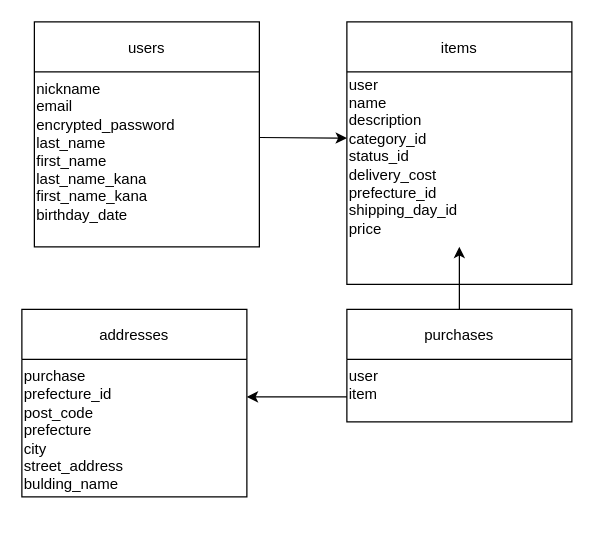
Earlier version of the draw.io diagram app/views/er test.dio (naecchi/furima-42447). Source tidied: cells renumbered, new cells numbered last; positions are measured from the earlier drawing's top-left corner, leaving out a move shared by most shapes. Both pictures are drawn from the tidied source at 125%, with x=0, y=0 at pixel (21, 21).
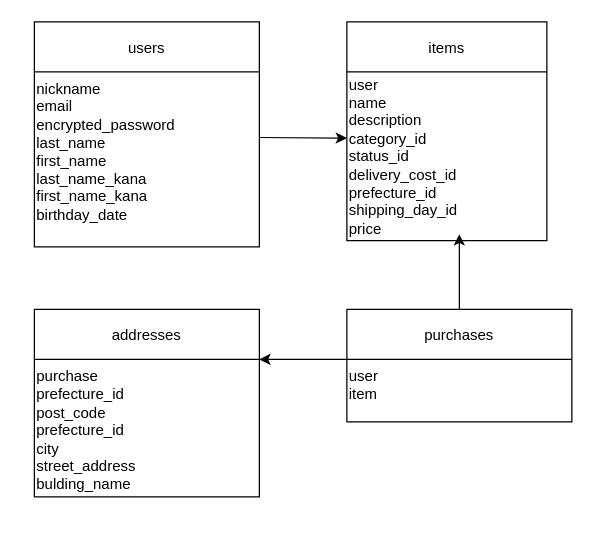
After the change.

What changed in the source:
```diff
@@
 <mxGraphModel>
   <root>
     <mxCell id="0" />
     <mxCell id="1" parent="0" />
     <mxCell id="2" value="users" style="shape=swimlane;" parent="1" vertex="1">
       <mxGeometry x="10" width="180" height="180" as="geometry" />
     </mxCell>
     <mxCell id="3" style="edgeStyle=none;html=1;exitX=1;exitY=0.75;exitDx=0;exitDy=0;" parent="2" edge="1" source="4">
       <mxGeometry relative="1" as="geometry">
         <mxPoint x="250" y="93" as="targetPoint" />
       </mxGeometry>
     </mxCell>
     <mxCell id="4" value="nickname &lt;br&gt;email&lt;br&gt;encrypted_password&lt;br&gt;last_name&lt;br&gt;first_name&lt;br&gt;last_name_kana&lt;br&gt;first_name_kana&lt;br&gt;birthday_date&amp;nbsp;&lt;br&gt;&lt;div&gt;&lt;br&gt;&lt;/div&gt;" style="text;html=1;strokeColor=none;" parent="2" vertex="1">
       <mxGeometry y="40" width="180" height="70" as="geometry" />
     </mxCell>
     <mxCell id="5" value="items" style="shape=swimlane;" parent="1" vertex="1">
-      <mxGeometry x="260" width="180" height="210" as="geometry" />
+      <mxGeometry x="260" width="160" height="175" as="geometry" />
     </mxCell>
-    <mxCell id="6" value="&lt;br&gt;user&lt;br&gt;name&lt;br&gt;description&lt;br&gt;category_id&lt;br&gt;status_id&lt;br&gt;delivery_cost&lt;br&gt;prefecture_id&lt;br&gt;shipping_day_id&lt;br&gt;price&lt;br&gt;&lt;br&gt;&lt;div&gt;&lt;br&gt;&lt;/div&gt;" style="text;html=1;align=left;verticalAlign=middle;points=[];strokeColor=none;fillColor=none;" parent="5" vertex="1">
+    <mxCell id="6" value="&lt;br&gt;user&lt;br&gt;name&lt;br&gt;description&lt;br&gt;category_id&lt;br&gt;status_id&lt;br&gt;delivery_cost_id&lt;br&gt;prefecture_id&lt;br&gt;shipping_day_id&lt;br&gt;price&lt;br&gt;&lt;br&gt;&lt;div&gt;&lt;br&gt;&lt;/div&gt;" style="text;html=1;align=left;verticalAlign=middle;points=[];strokeColor=none;fillColor=none;" parent="5" vertex="1">
       <mxGeometry y="20" width="110" height="190" as="geometry" />
     </mxCell>
     <mxCell id="7" value="addresses" style="shape=swimlane;" parent="1" vertex="1">
-      <mxGeometry y="230" width="180" height="150" as="geometry" />
+      <mxGeometry x="10" y="230" width="180" height="150" as="geometry" />
     </mxCell>
-    <mxCell id="8" value="&lt;span style=&quot;color: rgb(0, 0, 0); text-align: center;&quot;&gt;purchase&lt;/span&gt;&lt;br&gt;prefecture_id&lt;br&gt;&lt;span style=&quot;color: rgb(0, 0, 0);&quot;&gt;post_code&lt;br&gt;&lt;span style=&quot;color: rgb(0, 0, 0);&quot;&gt;prefecture&lt;br&gt;&lt;span style=&quot;color: rgb(0, 0, 0);&quot;&gt;city&lt;br&gt;street_address&lt;br&gt;bulding_name&lt;br&gt;&lt;br&gt;&lt;br&gt;&lt;/span&gt;&lt;/span&gt;&lt;/span&gt;" style="text;html=1;strokeColor=none;" parent="7" vertex="1">
+    <mxCell id="8" value="&lt;span style=&quot;color: rgb(0, 0, 0); text-align: center;&quot;&gt;purchase&lt;/span&gt;&lt;br&gt;prefecture_id&lt;br&gt;&lt;span style=&quot;color: rgb(0, 0, 0);&quot;&gt;post_code&lt;br&gt;&lt;span style=&quot;color: rgb(0, 0, 0);&quot;&gt;prefecture_id&lt;br&gt;&lt;span style=&quot;color: rgb(0, 0, 0);&quot;&gt;city&lt;br&gt;street_address&lt;br&gt;bulding_name&lt;br&gt;&lt;br&gt;&lt;br&gt;&lt;/span&gt;&lt;/span&gt;&lt;/span&gt;" style="text;html=1;strokeColor=none;" parent="7" vertex="1">
       <mxGeometry y="40" width="180" height="110" as="geometry" />
     </mxCell>
     <mxCell id="9" value="purchases" style="shape=swimlane;" parent="1" vertex="1">
       <mxGeometry x="260" y="230" width="180" height="90" as="geometry" />
     </mxCell>
+    <mxCell id="14" style="edgeStyle=none;html=1;exitX=0;exitY=0;exitDx=0;exitDy=0;" parent="9" edge="1" source="10">
+      <mxGeometry relative="1" as="geometry">
+        <mxPoint x="-70" y="40" as="targetPoint" />
+      </mxGeometry>
+    </mxCell>
     <mxCell id="10" value="user&lt;br&gt;&lt;span style=&quot;color: rgb(0, 0, 0);&quot;&gt;item&lt;/span&gt;&lt;br&gt;&lt;div&gt;&lt;br&gt;&lt;/div&gt;" style="text;html=1;strokeColor=none;" parent="9" vertex="1">
       <mxGeometry y="40" width="180" height="40" as="geometry" />
     </mxCell>
     <mxCell id="11" style="edgeStyle=none;html=1;" parent="1" edge="1">
       <mxGeometry relative="1" as="geometry">
         <mxPoint x="260" y="95" as="sourcePoint" />
         <mxPoint x="260" y="95" as="targetPoint" />
       </mxGeometry>
     </mxCell>
-    <mxCell id="12" style="edgeStyle=none;html=1;exitX=0;exitY=0.75;exitDx=0;exitDy=0;" parent="1" edge="1" source="10">
-      <mxGeometry relative="1" as="geometry">
-        <mxPoint x="180" y="300" as="targetPoint" />
-      </mxGeometry>
-    </mxCell>
-    <mxCell id="13" style="edgeStyle=none;html=1;exitX=0.5;exitY=0;exitDx=0;exitDy=0;entryX=0.818;entryY=0.842;entryDx=0;entryDy=0;entryPerimeter=0;" parent="1" edge="1" source="9" target="6">
+    <mxCell id="13" style="edgeStyle=none;html=1;exitX=0.5;exitY=0;exitDx=0;exitDy=0;entryX=0.818;entryY=0.789;entryDx=0;entryDy=0;entryPerimeter=0;" parent="1" edge="1" source="9" target="6">
       <mxGeometry relative="1" as="geometry" />
     </mxCell>
   </root>
 </mxGraphModel>
```
